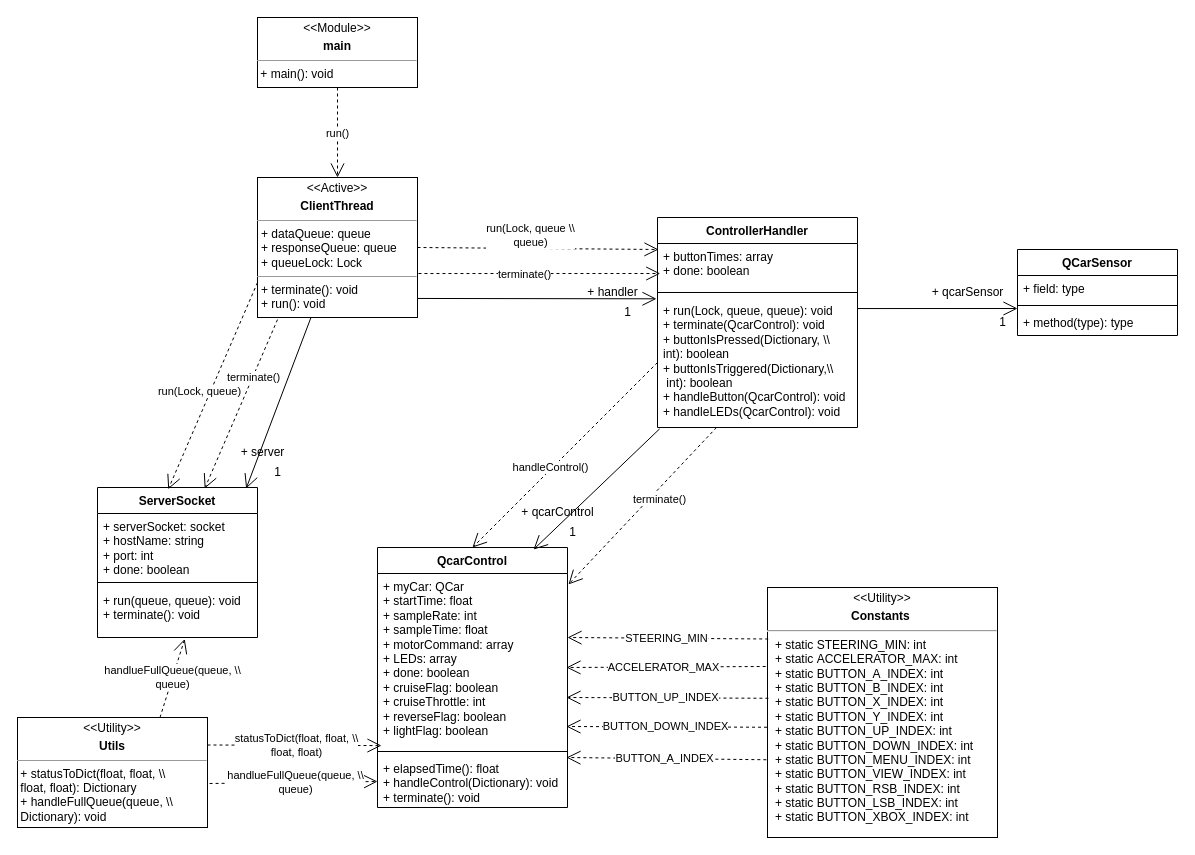
Above: page "server mod2" (3 of 3) of doc/UML.drawio in leidZhang/QCar-Remote-Control (draw.io), before the change. Source tidied: cells renumbered, new cells numbered last; positions are measured from the earlier drawing's top-left corner, leaving out a move shared by most shapes. Both pictures are drawn from the tidied source at 100%, with x=0, y=0 at pixel (17, 17).
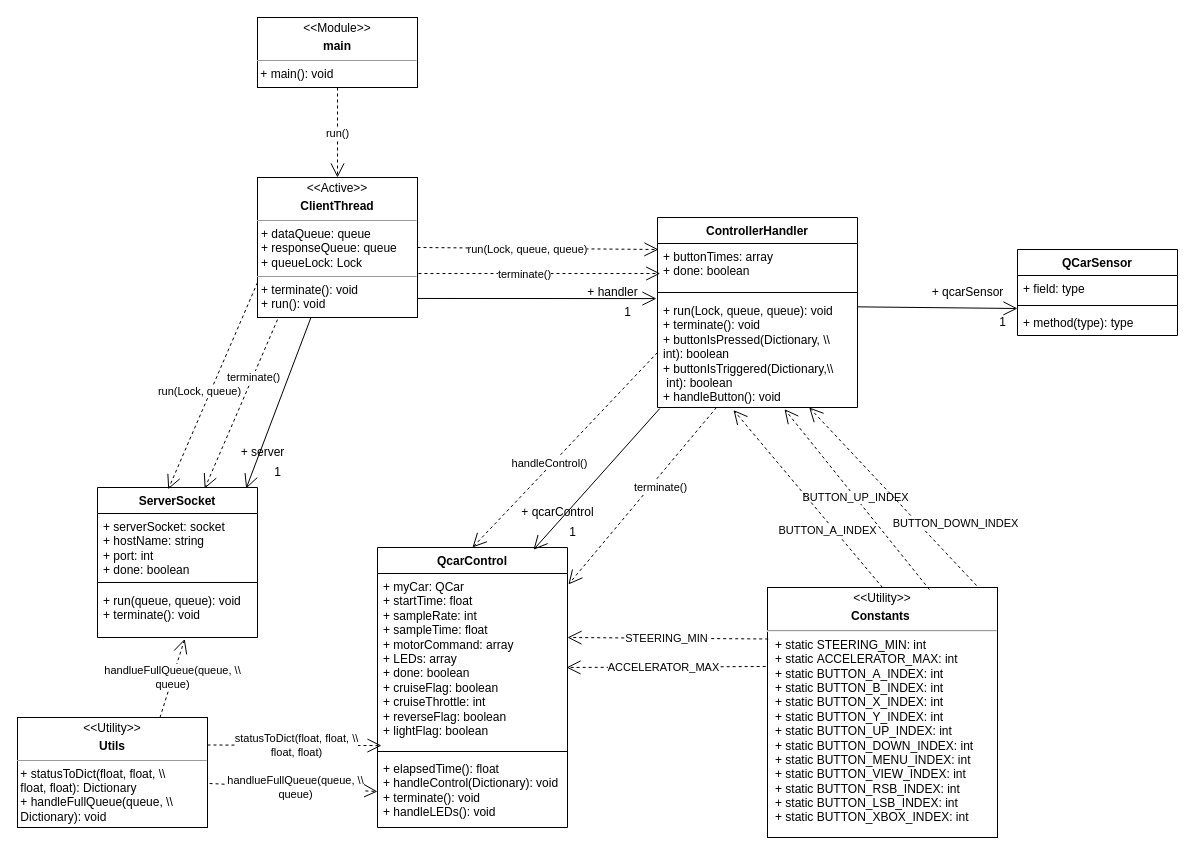
The same page after the edit.

Unchanged cells that the change refers to:
```xml
<mxCell id="3" value="&lt;p style=&quot;border-color: var(--border-color); margin: 4px 0px 0px; text-align: center;&quot;&gt;&amp;lt;&amp;lt;Utility&amp;gt;&amp;gt;&lt;/p&gt;&lt;p style=&quot;border-color: var(--border-color); margin: 4px 0px 0px; text-align: center;&quot;&gt;&lt;b&gt;Constants&amp;nbsp;&lt;/b&gt;&lt;/p&gt;&lt;hr&gt;&lt;p style=&quot;margin:0px;margin-left:8px;&quot;&gt;+ static STEERING_MIN: int&amp;nbsp;&lt;br&gt;+ static&amp;nbsp;ACCELERATOR_MAX: int&lt;br&gt;+ static&amp;nbsp;BUTTON_A_INDEX: int&amp;nbsp;&lt;/p&gt;&lt;p style=&quot;margin:0px;margin-left:8px;&quot;&gt;+ static&amp;nbsp;BUTTON_B_INDEX: int&amp;nbsp;&lt;br&gt;&lt;/p&gt;&lt;p style=&quot;margin:0px;margin-left:8px;&quot;&gt;+ static&amp;nbsp;BUTTON_X_INDEX: int&amp;nbsp;&lt;br&gt;&lt;/p&gt;&lt;p style=&quot;margin:0px;margin-left:8px;&quot;&gt;+ static&amp;nbsp;BUTTON_Y_INDEX: int&amp;nbsp;&lt;br&gt;&lt;/p&gt;&lt;p style=&quot;margin:0px;margin-left:8px;&quot;&gt;+ static&amp;nbsp;BUTTON_UP_INDEX: int&amp;nbsp;&lt;br&gt;&lt;/p&gt;&lt;p style=&quot;margin:0px;margin-left:8px;&quot;&gt;+ static&amp;nbsp;BUTTON_DOWN_INDEX: int&amp;nbsp;&lt;br&gt;&lt;/p&gt;&lt;p style=&quot;margin:0px;margin-left:8px;&quot;&gt;+ static&amp;nbsp;BUTTON_MENU_INDEX: int&amp;nbsp;&lt;br&gt;&lt;/p&gt;&lt;p style=&quot;margin:0px;margin-left:8px;&quot;&gt;+ static BUTTON_VIEW_INDEX: int&amp;nbsp;&lt;/p&gt;&lt;p style=&quot;margin:0px;margin-left:8px;&quot;&gt;+ static BUTTON_RSB_INDEX: int&amp;nbsp;&lt;br&gt;&lt;/p&gt;&lt;p style=&quot;margin:0px;margin-left:8px;&quot;&gt;+ static BUTTON_LSB_INDEX: int&amp;nbsp;&lt;br&gt;&lt;/p&gt;&lt;p style=&quot;margin:0px;margin-left:8px;&quot;&gt;+ static BUTTON_XBOX_INDEX: int&amp;nbsp;&lt;br&gt;&lt;/p&gt;&lt;p style=&quot;margin:0px;margin-left:8px;&quot;&gt;&lt;br&gt;&lt;/p&gt;&lt;p style=&quot;margin:0px;margin-left:8px;&quot;&gt;&lt;br&gt;&lt;/p&gt;&lt;p style=&quot;margin:0px;margin-left:8px;&quot;&gt;&lt;br&gt;&lt;/p&gt;&lt;p style=&quot;margin:0px;margin-left:8px;&quot;&gt;&lt;br&gt;&lt;/p&gt;&lt;p style=&quot;margin:0px;margin-left:8px;&quot;&gt;&lt;br&gt;&lt;/p&gt;" style="verticalAlign=top;align=left;overflow=fill;fontSize=12;fontFamily=Helvetica;html=1;whiteSpace=wrap;" parent="1" vertex="1">
  <mxGeometry x="750" y="570" width="230" height="250" as="geometry" />
</mxCell>
<mxCell id="12" value="&lt;p style=&quot;margin:0px;margin-top:4px;text-align:center;&quot;&gt;&amp;lt;&amp;lt;Active&amp;gt;&amp;gt;&lt;/p&gt;&lt;p style=&quot;margin:0px;margin-top:4px;text-align:center;&quot;&gt;&lt;b&gt;ClientThread&lt;/b&gt;&lt;br&gt;&lt;/p&gt;&lt;hr size=&quot;1&quot;&gt;&lt;p style=&quot;margin:0px;margin-left:4px;&quot;&gt;+ dataQueue: queue&amp;nbsp;&lt;br style=&quot;border-color: var(--border-color);&quot;&gt;+ responseQueue: queue&amp;nbsp;&lt;br style=&quot;border-color: var(--border-color);&quot;&gt;+ queueLock: Lock&lt;br&gt;&lt;/p&gt;&lt;hr size=&quot;1&quot;&gt;&lt;p style=&quot;margin:0px;margin-left:4px;&quot;&gt;+ terminate(): void&amp;nbsp;&lt;br style=&quot;border-color: var(--border-color);&quot;&gt;+ run(): void&amp;nbsp;&lt;br&gt;&lt;/p&gt;" style="verticalAlign=top;align=left;overflow=fill;fontSize=12;fontFamily=Helvetica;html=1;whiteSpace=wrap;" parent="1" vertex="1">
  <mxGeometry x="240" y="160" width="160" height="140" as="geometry" />
</mxCell>
<mxCell id="34" value="+ buttonTimes: array&amp;nbsp;&lt;br&gt;+ done: boolean" style="text;strokeColor=none;fillColor=none;align=left;verticalAlign=top;spacingLeft=4;spacingRight=4;overflow=hidden;points=[[0,0.5],[1,0.5]];portConstraint=eastwest;whiteSpace=wrap;html=1;" parent="33" vertex="1">
  <mxGeometry y="26" width="200" height="44" as="geometry" />
</mxCell>
```

What changed in the source:
```diff
@@
     <mxCell id="8" value="QcarControl" style="swimlane;fontStyle=1;align=center;verticalAlign=top;horizontal=1;startSize=26;whiteSpace=wrap;html=1;" parent="1" vertex="1">
-      <mxGeometry x="360" y="530" width="190" height="260" as="geometry" />
+      <mxGeometry x="360" y="530" width="190" height="280" as="geometry" />
     </mxCell>
@@
-    <mxCell id="11" value="+ elapsedTime(): float&amp;nbsp;&lt;br&gt;+ handleControl(Dictionary): void&amp;nbsp;&lt;br&gt;+ terminate(): void&amp;nbsp;" style="text;strokeColor=none;fillColor=none;align=left;verticalAlign=top;spacingLeft=4;spacingRight=4;overflow=hidden;points=[[0,0.5],[1,0.5]];portConstraint=eastwest;whiteSpace=wrap;html=1;" parent="8" vertex="1">
-      <mxGeometry y="208" width="190" height="52" as="geometry" />
+    <mxCell id="11" value="+ elapsedTime(): float&amp;nbsp;&lt;br&gt;+ handleControl(Dictionary): void&amp;nbsp;&lt;br&gt;+ terminate(): void&amp;nbsp;&lt;br&gt;+ handleLEDs(): void" style="text;strokeColor=none;fillColor=none;align=left;verticalAlign=top;spacingLeft=4;spacingRight=4;overflow=hidden;points=[[0,0.5],[1,0.5]];portConstraint=eastwest;whiteSpace=wrap;html=1;" parent="8" vertex="1">
+      <mxGeometry y="208" width="190" height="72" as="geometry" />
     </mxCell>
@@
-    <mxCell id="23" value="run(Lock, queue \\&lt;br&gt;queue)" style="endArrow=open;endSize=12;dashed=1;html=1;rounded=0;exitX=1;exitY=0.5;exitDx=0;exitDy=0;entryX=0.005;entryY=0.136;entryDx=0;entryDy=0;entryPerimeter=0;" parent="1" edge="1" source="12" target="34">
-      <mxGeometry x="-0.06" y="13" relative="1" as="geometry" />
+    <mxCell id="23" value="run(Lock, queue, queue)" style="endArrow=open;endSize=12;dashed=1;html=1;rounded=0;exitX=1;exitY=0.5;exitDx=0;exitDy=0;entryX=0.005;entryY=0.136;entryDx=0;entryDy=0;entryPerimeter=0;" parent="1" edge="1" source="12" target="34">
+      <mxGeometry x="-0.09" y="-1" relative="1" as="geometry" />
     </mxCell>
@@
-    <mxCell id="27" value="BUTTON_UP_INDEX" style="endArrow=open;endSize=12;dashed=1;html=1;rounded=0;entryX=1;entryY=0.25;entryDx=0;entryDy=0;exitX=0.004;exitY=0.443;exitDx=0;exitDy=0;exitPerimeter=0;" parent="1" edge="1" source="3">
-      <mxGeometry x="0.02" relative="1" as="geometry">
-        <mxPoint x="549" y="680" as="targetPoint" />
-      </mxGeometry>
+    <mxCell id="27" value="BUTTON_UP_INDEX" style="endArrow=open;endSize=12;dashed=1;html=1;rounded=0;entryX=0.635;entryY=1.015;entryDx=0;entryDy=0;exitX=0.704;exitY=0.008;exitDx=0;exitDy=0;exitPerimeter=0;entryPerimeter=0;" parent="1" edge="1" source="3" target="36">
+      <mxGeometry x="0.02" relative="1" as="geometry" />
     </mxCell>
-    <mxCell id="28" value="BUTTON_DOWN_INDEX" style="endArrow=open;endSize=12;dashed=1;html=1;rounded=0;entryX=1;entryY=0.25;entryDx=0;entryDy=0;exitX=-0.002;exitY=0.559;exitDx=0;exitDy=0;exitPerimeter=0;" parent="1" edge="1" source="3">
-      <mxGeometry x="0.02" relative="1" as="geometry">
-        <mxPoint x="549" y="709" as="targetPoint" />
-      </mxGeometry>
+    <mxCell id="28" value="BUTTON_DOWN_INDEX" style="endArrow=open;endSize=12;dashed=1;html=1;rounded=0;exitX=0.909;exitY=-0.008;exitDx=0;exitDy=0;exitPerimeter=0;" parent="1" edge="1" source="3" target="36">
+      <mxGeometry x="-0.51" y="-27" relative="1" as="geometry" />
     </mxCell>
-    <mxCell id="29" value="BUTTON_A_INDEX" style="endArrow=open;endSize=12;dashed=1;html=1;rounded=0;entryX=1;entryY=0.25;entryDx=0;entryDy=0;exitX=-0.005;exitY=0.689;exitDx=0;exitDy=0;exitPerimeter=0;" parent="1" edge="1" source="3">
-      <mxGeometry x="0.02" relative="1" as="geometry">
-        <mxPoint x="549" y="740" as="targetPoint" />
-      </mxGeometry>
+    <mxCell id="29" value="BUTTON_A_INDEX" style="endArrow=open;endSize=12;dashed=1;html=1;rounded=0;entryX=0.38;entryY=1.023;entryDx=0;entryDy=0;exitX=0.5;exitY=0;exitDx=0;exitDy=0;entryPerimeter=0;" parent="1" edge="1" source="3" target="36">
+      <mxGeometry x="-0.32" y="5" relative="1" as="geometry" />
     </mxCell>
@@
     <mxCell id="33" value="ControllerHandler" style="swimlane;fontStyle=1;align=center;verticalAlign=top;horizontal=1;startSize=26;whiteSpace=wrap;html=1;" parent="1" vertex="1">
-      <mxGeometry x="640" y="200" width="200" height="210" as="geometry" />
+      <mxGeometry x="640" y="200" width="200" height="190" as="geometry" />
     </mxCell>
@@
-    <mxCell id="36" value="+ run(Lock, queue, queue): void&amp;nbsp;&lt;br&gt;+ terminate(QcarControl): void&amp;nbsp;&lt;br&gt;+ buttonIsPressed(Dictionary, \\ &lt;br&gt;int): boolean&amp;nbsp;&lt;br style=&quot;border-color: var(--border-color);&quot;&gt;+ buttonIsTriggered(Dictionary,\\&lt;br style=&quot;border-color: var(--border-color);&quot;&gt;&amp;nbsp;int): boolean&amp;nbsp;&lt;br&gt;+ handleButton(QcarControl): void&amp;nbsp;&lt;br style=&quot;border-color: var(--border-color);&quot;&gt;+ handleLEDs(QcarControl): void&amp;nbsp;" style="text;strokeColor=none;fillColor=none;align=left;verticalAlign=top;spacingLeft=4;spacingRight=4;overflow=hidden;points=[[0,0.5],[1,0.5]];portConstraint=eastwest;whiteSpace=wrap;html=1;" parent="33" vertex="1">
-      <mxGeometry y="80" width="200" height="130" as="geometry" />
+    <mxCell id="36" value="+ run(Lock, queue, queue): void&amp;nbsp;&lt;br&gt;+ terminate(): void&amp;nbsp;&lt;br&gt;+ buttonIsPressed(Dictionary, \\ &lt;br&gt;int): boolean&amp;nbsp;&lt;br style=&quot;border-color: var(--border-color);&quot;&gt;+ buttonIsTriggered(Dictionary,\\&lt;br style=&quot;border-color: var(--border-color);&quot;&gt;&amp;nbsp;int): boolean&amp;nbsp;&lt;br&gt;+ handleButton(): void&amp;nbsp;&lt;br style=&quot;border-color: var(--border-color);&quot;&gt;&amp;nbsp;" style="text;strokeColor=none;fillColor=none;align=left;verticalAlign=top;spacingLeft=4;spacingRight=4;overflow=hidden;points=[[0,0.5],[1,0.5]];portConstraint=eastwest;whiteSpace=wrap;html=1;" parent="33" vertex="1">
+      <mxGeometry y="80" width="200" height="110" as="geometry" />
     </mxCell>
```
